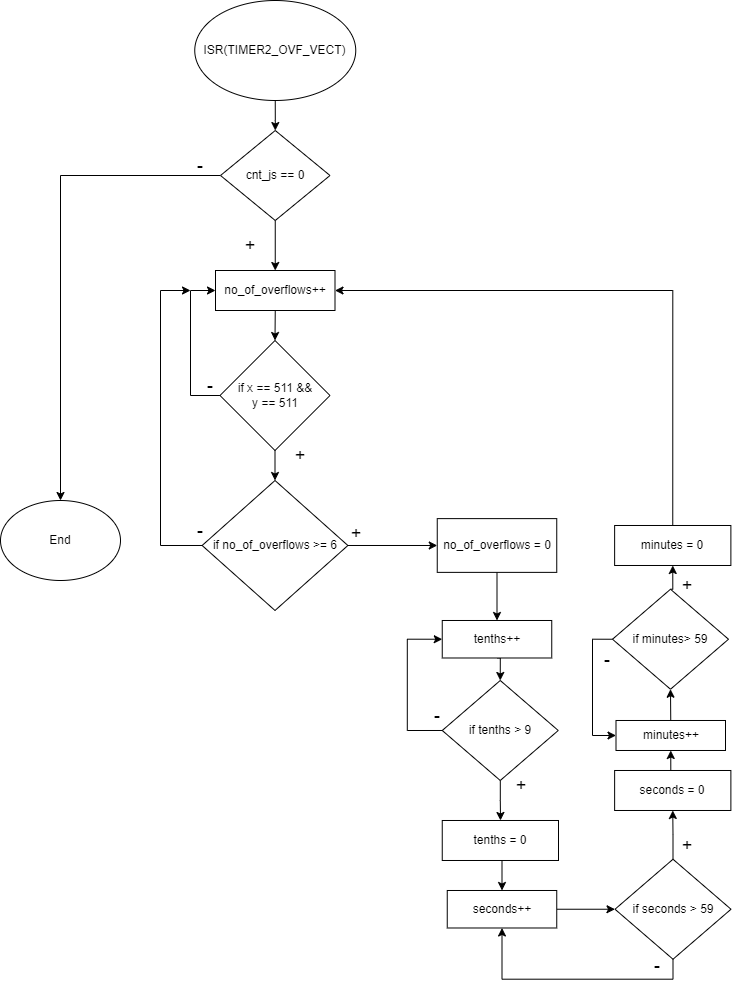
OndraFoltyn/digital-electronics-2 keeps this draw.io diagram as project1/Stopwatch.drawio.png. Above is the earlier version. Source tidied: cells renumbered, new cells last; positions are measured from the earlier drawing's top-left corner, leaving out a move shared by most shapes.
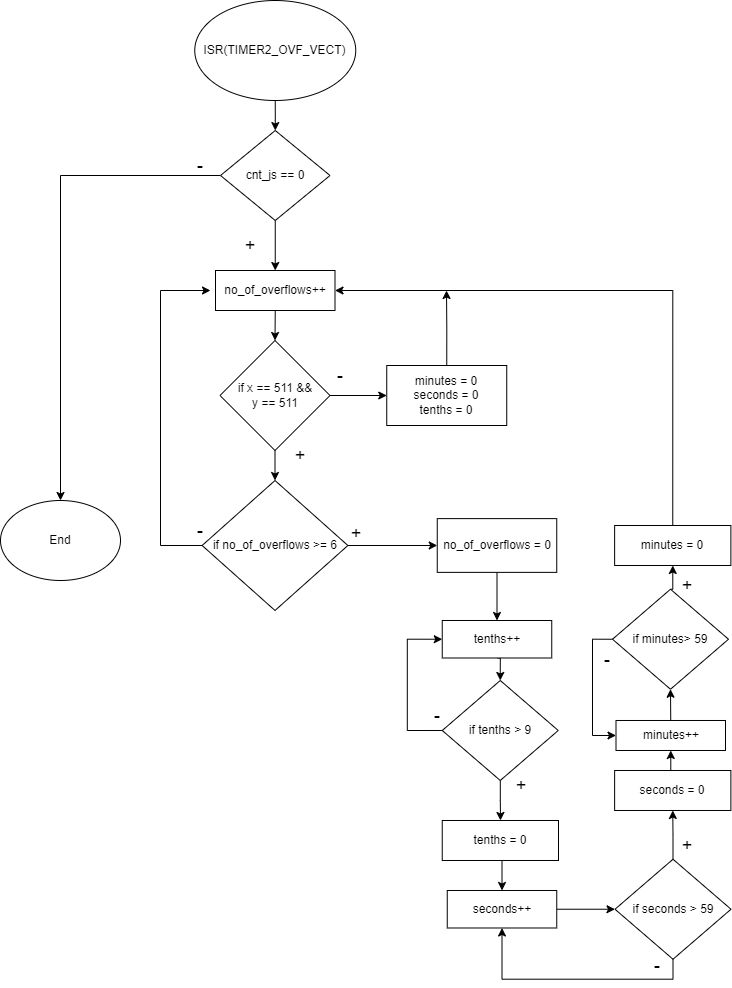
After the commit.

Change to the diagram source:
```diff
@@ -28,7 +28,7 @@
     </mxCell>
     <mxCell id="10" style="edgeStyle=orthogonalEdgeStyle;rounded=0;jettySize=auto;html=1;exitX=0;exitY=0.5;exitDx=0;exitDy=0;" parent="1" edge="1" source="11">
       <mxGeometry relative="1" as="geometry">
-        <mxPoint x="190" y="290" as="targetPoint" />
+        <mxPoint x="210" y="290" as="targetPoint" />
         <Array as="points">
           <mxPoint x="160" y="545" />
           <mxPoint x="160" y="290" />
@@ -148,14 +148,9 @@
     <mxCell id="46" style="edgeStyle=orthogonalEdgeStyle;rounded=0;jettySize=auto;html=1;exitX=0.5;exitY=1;exitDx=0;exitDy=0;entryX=0.5;entryY=0;entryDx=0;entryDy=0;" parent="1" edge="1" source="48" target="11">
       <mxGeometry relative="1" as="geometry" />
     </mxCell>
-    <mxCell id="47" style="edgeStyle=orthogonalEdgeStyle;rounded=0;jettySize=auto;html=1;exitX=0;exitY=0.5;exitDx=0;exitDy=0;entryX=0;entryY=0.5;entryDx=0;entryDy=0;" parent="1" edge="1" source="48" target="8">
-      <mxGeometry relative="1" as="geometry">
-        <Array as="points">
-          <mxPoint x="190" y="395" />
-          <mxPoint x="190" y="290" />
-        </Array>
-      </mxGeometry>
-    </mxCell>
+    <mxCell id="51" style="edgeStyle=orthogonalEdgeStyle;rounded=0;jettySize=auto;html=1;exitX=1;exitY=0.5;exitDx=0;exitDy=0;entryX=0;entryY=0.5;entryDx=0;entryDy=0;" parent="1" edge="1" source="48" target="53">
+      <mxGeometry relative="1" as="geometry" />
+    </mxCell>
     <mxCell id="48" value="if x == 511 &amp;amp;&amp;amp; &lt;br&gt;y == 511" style="rhombus;whiteSpace=wrap;html=1;" parent="1" vertex="1">
       <mxGeometry x="219.5" y="340" width="110" height="110" as="geometry" />
     </mxCell>
@@ -163,7 +158,15 @@
       <mxGeometry x="270" y="440" width="60" height="30" as="geometry" />
     </mxCell>
     <mxCell id="50" value="&lt;font style=&quot;font-size: 18px;&quot;&gt;-&lt;/font&gt;" style="text;html=1;strokeColor=none;fillColor=none;align=center;verticalAlign=middle;whiteSpace=wrap;rounded=0;" parent="1" vertex="1">
-      <mxGeometry x="180" y="370" width="60" height="30" as="geometry" />
+      <mxGeometry x="310" y="360" width="60" height="30" as="geometry" />
     </mxCell>
+    <mxCell id="52" style="edgeStyle=orthogonalEdgeStyle;rounded=0;jettySize=auto;html=1;exitX=0.5;exitY=0;exitDx=0;exitDy=0;" parent="1" edge="1" source="53">
+      <mxGeometry relative="1" as="geometry">
+        <mxPoint x="446" y="290" as="targetPoint" />
+      </mxGeometry>
+    </mxCell>
+    <mxCell id="53" value="minutes&amp;nbsp;= 0&lt;br&gt;seconds = 0&lt;br&gt;tenths = 0" style="whiteSpace=wrap;html=1;" parent="1" vertex="1">
+      <mxGeometry x="386.2" y="365" width="120" height="60" as="geometry" />
+    </mxCell>
   </root>
 </mxGraphModel>
```
